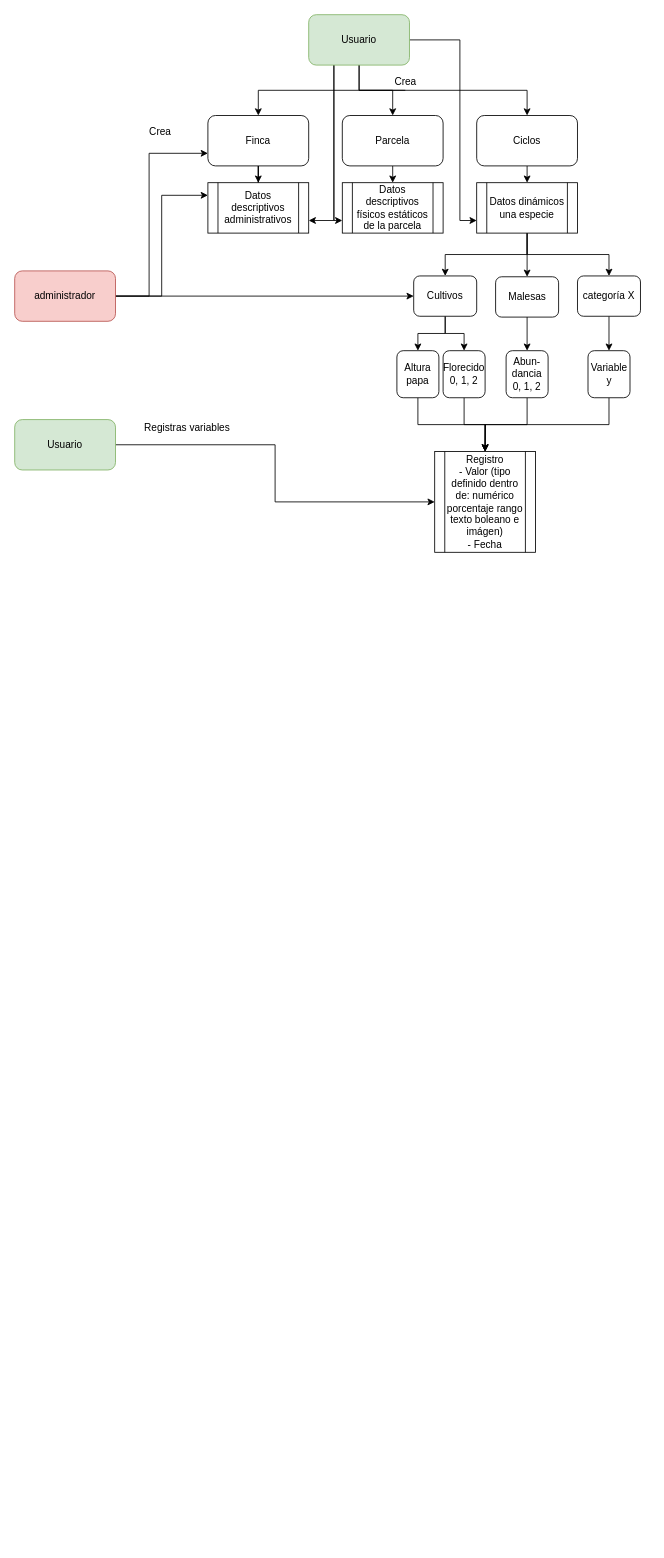
stdupas/app.agromaker keeps this draw.io diagram as app.agromaker.drawio. Above is the earlier version. Source tidied: cells renumbered, new cells numbered last; positions are measured from the earlier drawing's top-left corner, leaving out a move shared by most shapes. Both pictures are drawn from the tidied source at 84%, with x=0, y=0 at pixel (14, 14).
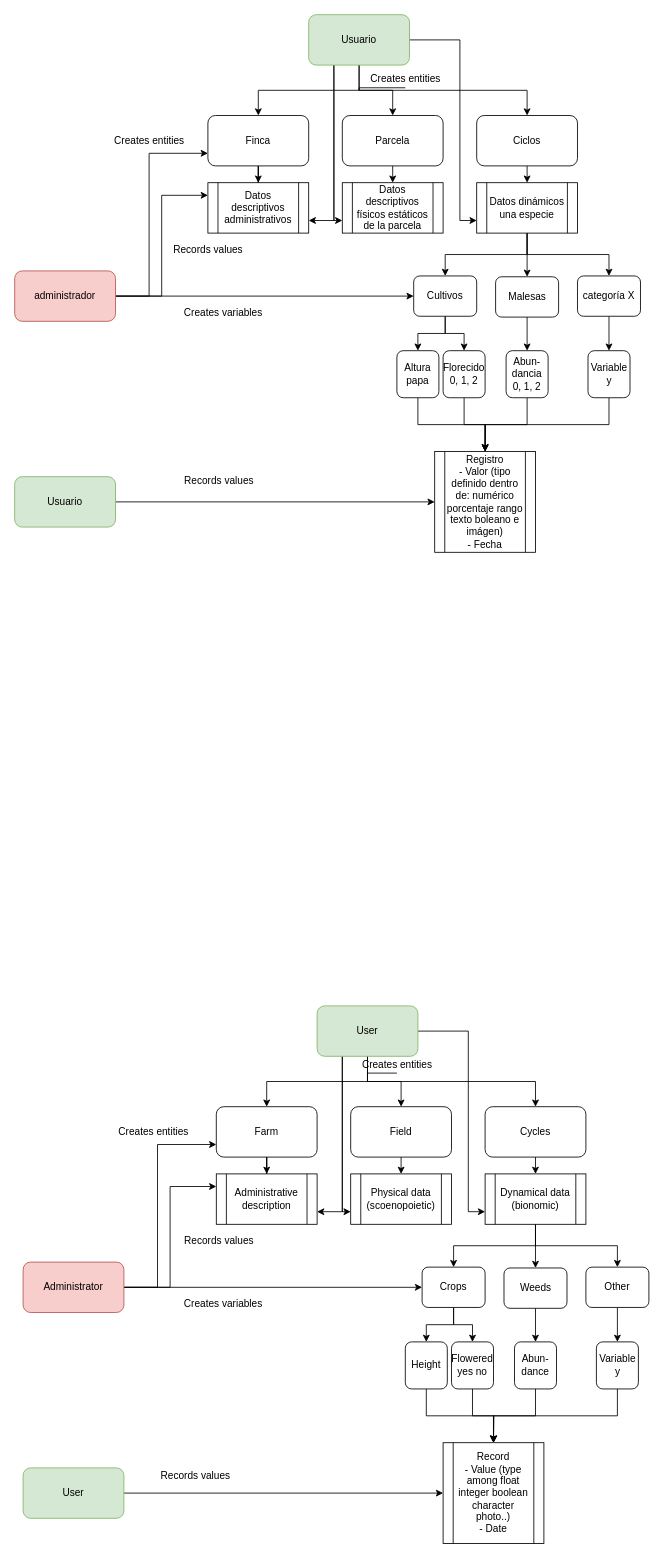
The same diagram, later.

The edit, as a diff of the source:
```diff
@@
-    <mxCell id="25" value="Crea" style="text;html=1;align=center;verticalAlign=middle;" parent="1" vertex="1">
-      <mxGeometry x="153" y="130" width="40" height="20" as="geometry" />
+    <mxCell id="25" value="Creates entities" style="text;html=1;align=center;verticalAlign=middle;" parent="1" vertex="1">
+      <mxGeometry x="110" y="140" width="100" height="20" as="geometry" />
     </mxCell>
@@
     <mxCell id="27" value="Usuario" style="rounded=1;whiteSpace=wrap;html=1;fillColor=#d5e8d4;strokeColor=#82b366;" parent="1" vertex="1">
-      <mxGeometry y="482" width="120" height="60" as="geometry" />
+      <mxGeometry y="550" width="120" height="60" as="geometry" />
     </mxCell>
-    <mxCell id="28" value="Registras variables" style="text;html=1;align=center;verticalAlign=middle;" parent="1" vertex="1">
-      <mxGeometry x="145" y="482" width="120" height="20" as="geometry" />
-    </mxCell>
-    <mxCell id="29" value="Crea" style="text;html=1;align=center;verticalAlign=middle;points=[];" parent="1" vertex="1">
-      <mxGeometry x="445" y="70" width="40" height="20" as="geometry" />
+    <mxCell id="29" value="Creates entities" style="text;html=1;align=center;verticalAlign=middle;points=[];" parent="1" vertex="1">
+      <mxGeometry x="415" y="67" width="100" height="20" as="geometry" />
     </mxCell>
@@
+    <mxCell id="46" style="edgeStyle=orthogonalEdgeStyle;rounded=0;jettySize=auto;html=1;exitX=0.5;exitY=1;exitDx=0;exitDy=0;" parent="1" edge="1" source="47" target="50">
+      <mxGeometry relative="1" as="geometry" />
+    </mxCell>
+    <mxCell id="47" value="Farm" style="rounded=1;whiteSpace=wrap;html=1;" parent="1" vertex="1">
+      <mxGeometry x="240" y="1300" width="120" height="60" as="geometry" />
+    </mxCell>
+    <mxCell id="48" style="edgeStyle=orthogonalEdgeStyle;rounded=0;jettySize=auto;html=1;exitX=0.5;exitY=1;exitDx=0;exitDy=0;entryX=0.5;entryY=0;entryDx=0;entryDy=0;" parent="1" edge="1" source="49" target="51">
+      <mxGeometry relative="1" as="geometry" />
+    </mxCell>
+    <mxCell id="49" value="Field" style="rounded=1;whiteSpace=wrap;html=1;" parent="1" vertex="1">
+      <mxGeometry x="400" y="1300" width="120" height="60" as="geometry" />
+    </mxCell>
+    <mxCell id="50" value="Administrative description" style="shape=process;whiteSpace=wrap;html=1;backgroundOutline=1;" parent="1" vertex="1">
+      <mxGeometry x="240" y="1380" width="120" height="60" as="geometry" />
+    </mxCell>
+    <mxCell id="51" value="Physical data (scoenopoietic)" style="shape=process;whiteSpace=wrap;html=1;backgroundOutline=1;" parent="1" vertex="1">
+      <mxGeometry x="400" y="1380" width="120" height="60" as="geometry" />
+    </mxCell>
+    <mxCell id="52" style="edgeStyle=orthogonalEdgeStyle;rounded=0;jettySize=auto;html=1;exitX=0.5;exitY=1;exitDx=0;exitDy=0;entryX=0.5;entryY=0;entryDx=0;entryDy=0;" parent="1" edge="1" source="53" target="57">
+      <mxGeometry relative="1" as="geometry" />
+    </mxCell>
+    <mxCell id="53" value="Cycles" style="rounded=1;whiteSpace=wrap;html=1;" parent="1" vertex="1">
+      <mxGeometry x="560" y="1300" width="120" height="60" as="geometry" />
+    </mxCell>
+    <mxCell id="54" style="edgeStyle=orthogonalEdgeStyle;rounded=0;jettySize=auto;html=1;exitX=0.5;exitY=1;exitDx=0;exitDy=0;entryX=0.5;entryY=0;entryDx=0;entryDy=0;" parent="1" edge="1" source="57" target="76">
+      <mxGeometry relative="1" as="geometry" />
+    </mxCell>
+    <mxCell id="55" style="edgeStyle=orthogonalEdgeStyle;rounded=0;jettySize=auto;html=1;exitX=0.5;exitY=1;exitDx=0;exitDy=0;entryX=0.5;entryY=0;entryDx=0;entryDy=0;" parent="1" edge="1" source="57" target="87">
+      <mxGeometry relative="1" as="geometry" />
+    </mxCell>
+    <mxCell id="56" style="edgeStyle=orthogonalEdgeStyle;rounded=0;jettySize=auto;html=1;entryX=0.5;entryY=0;entryDx=0;entryDy=0;" parent="1" edge="1" source="57" target="85">
+      <mxGeometry relative="1" as="geometry" />
+    </mxCell>
+    <mxCell id="57" value="Dynamical data (bionomic)" style="shape=process;whiteSpace=wrap;html=1;backgroundOutline=1;" parent="1" vertex="1">
+      <mxGeometry x="560" y="1380" width="120" height="60" as="geometry" />
+    </mxCell>
+    <mxCell id="58" style="edgeStyle=orthogonalEdgeStyle;rounded=0;jettySize=auto;html=1;exitX=0.5;exitY=1;exitDx=0;exitDy=0;" parent="1" edge="1" source="64" target="47">
+      <mxGeometry relative="1" as="geometry" />
+    </mxCell>
+    <mxCell id="59" style="edgeStyle=orthogonalEdgeStyle;rounded=0;jettySize=auto;html=1;exitX=0.5;exitY=1;exitDx=0;exitDy=0;entryX=0.5;entryY=0;entryDx=0;entryDy=0;" parent="1" edge="1" source="73" target="53">
+      <mxGeometry relative="1" as="geometry">
+        <Array as="points">
+          <mxPoint x="420" y="1270" />
+          <mxPoint x="620" y="1270" />
+        </Array>
+      </mxGeometry>
+    </mxCell>
+    <mxCell id="60" style="edgeStyle=orthogonalEdgeStyle;rounded=0;jettySize=auto;html=1;exitX=0.5;exitY=1;exitDx=0;exitDy=0;" parent="1" edge="1" source="64" target="49">
+      <mxGeometry relative="1" as="geometry" />
+    </mxCell>
+    <mxCell id="61" style="edgeStyle=orthogonalEdgeStyle;rounded=0;jettySize=auto;html=1;exitX=0.25;exitY=1;exitDx=0;exitDy=0;entryX=1;entryY=0.75;entryDx=0;entryDy=0;" parent="1" edge="1" source="64" target="50">
+      <mxGeometry relative="1" as="geometry" />
+    </mxCell>
+    <mxCell id="62" style="edgeStyle=orthogonalEdgeStyle;rounded=0;jettySize=auto;html=1;exitX=0.25;exitY=1;exitDx=0;exitDy=0;entryX=0;entryY=0.75;entryDx=0;entryDy=0;" parent="1" edge="1" source="64" target="51">
+      <mxGeometry relative="1" as="geometry">
+        <Array as="points">
+          <mxPoint x="390" y="1425" />
+        </Array>
+      </mxGeometry>
+    </mxCell>
+    <mxCell id="63" style="edgeStyle=orthogonalEdgeStyle;rounded=0;jettySize=auto;html=1;exitX=1;exitY=0.5;exitDx=0;exitDy=0;entryX=0;entryY=0.75;entryDx=0;entryDy=0;" parent="1" edge="1" source="64" target="57">
+      <mxGeometry relative="1" as="geometry">
+        <Array as="points">
+          <mxPoint x="540" y="1210" />
+          <mxPoint x="540" y="1425" />
+        </Array>
+      </mxGeometry>
+    </mxCell>
+    <mxCell id="64" value="User" style="rounded=1;whiteSpace=wrap;html=1;fillColor=#d5e8d4;strokeColor=#82b366;" parent="1" vertex="1">
+      <mxGeometry x="360" y="1180" width="120" height="60" as="geometry" />
+    </mxCell>
+    <mxCell id="65" style="edgeStyle=orthogonalEdgeStyle;rounded=0;jettySize=auto;html=1;exitX=1;exitY=0.5;exitDx=0;exitDy=0;entryX=0;entryY=0.75;entryDx=0;entryDy=0;" parent="1" edge="1" source="68" target="47">
+      <mxGeometry relative="1" as="geometry">
+        <Array as="points">
+          <mxPoint x="170" y="1515" />
+          <mxPoint x="170" y="1345" />
+        </Array>
+      </mxGeometry>
+    </mxCell>
+    <mxCell id="66" style="edgeStyle=orthogonalEdgeStyle;rounded=0;jettySize=auto;html=1;exitX=1;exitY=0.5;exitDx=0;exitDy=0;entryX=0;entryY=0.5;entryDx=0;entryDy=0;" parent="1" edge="1" source="68" target="76">
+      <mxGeometry relative="1" as="geometry" />
+    </mxCell>
+    <mxCell id="67" style="edgeStyle=orthogonalEdgeStyle;rounded=0;jettySize=auto;html=1;entryX=0;entryY=0.25;entryDx=0;entryDy=0;" parent="1" edge="1" source="68" target="50">
+      <mxGeometry relative="1" as="geometry" />
+    </mxCell>
+    <mxCell id="68" value="Administrator" style="rounded=1;whiteSpace=wrap;html=1;fillColor=#f8cecc;strokeColor=#b85450;" parent="1" vertex="1">
+      <mxGeometry x="10" y="1485" width="120" height="60" as="geometry" />
+    </mxCell>
+    <mxCell id="69" value="Creates variables" style="text;html=1;align=center;verticalAlign=middle;" parent="1" vertex="1">
+      <mxGeometry x="193" y="1525" width="110" height="20" as="geometry" />
+    </mxCell>
+    <mxCell id="70" style="edgeStyle=orthogonalEdgeStyle;rounded=0;jettySize=auto;html=1;exitX=1;exitY=0.5;exitDx=0;exitDy=0;entryX=0;entryY=0.5;entryDx=0;entryDy=0;" parent="1" edge="1" source="71" target="79">
+      <mxGeometry relative="1" as="geometry" />
+    </mxCell>
+    <mxCell id="71" value="User" style="rounded=1;whiteSpace=wrap;html=1;fillColor=#d5e8d4;strokeColor=#82b366;" parent="1" vertex="1">
+      <mxGeometry x="10" y="1730" width="120" height="60" as="geometry" />
+    </mxCell>
+    <mxCell id="72" value="Records values" style="text;html=1;align=center;verticalAlign=middle;" parent="1" vertex="1">
+      <mxGeometry x="165" y="1730" width="100" height="20" as="geometry" />
+    </mxCell>
+    <mxCell id="73" value="Creates entities" style="text;html=1;align=center;verticalAlign=middle;points=[];" parent="1" vertex="1">
+      <mxGeometry x="405" y="1240" width="100" height="20" as="geometry" />
+    </mxCell>
+    <mxCell id="74" style="edgeStyle=orthogonalEdgeStyle;rounded=0;jettySize=auto;html=1;exitX=0.5;exitY=1;exitDx=0;exitDy=0;entryX=0;entryY=0.5;entryDx=0;entryDy=0;" parent="1" edge="1" source="76" target="78">
+      <mxGeometry relative="1" as="geometry" />
+    </mxCell>
+    <mxCell id="75" style="edgeStyle=orthogonalEdgeStyle;rounded=0;jettySize=auto;html=1;exitX=0.5;exitY=1;exitDx=0;exitDy=0;" parent="1" edge="1" source="76" target="83">
+      <mxGeometry relative="1" as="geometry" />
+    </mxCell>
+    <mxCell id="76" value="Crops" style="rounded=1;whiteSpace=wrap;html=1;" parent="1" vertex="1">
+      <mxGeometry x="485" y="1491" width="75" height="48" as="geometry" />
+    </mxCell>
+    <mxCell id="77" style="edgeStyle=orthogonalEdgeStyle;rounded=0;jettySize=auto;html=1;exitX=1;exitY=0.5;exitDx=0;exitDy=0;" parent="1" edge="1" source="78" target="79">
+      <mxGeometry relative="1" as="geometry" />
+    </mxCell>
+    <mxCell id="78" value="Height" style="rounded=1;whiteSpace=wrap;html=1;direction=south;" parent="1" vertex="1">
+      <mxGeometry x="465" y="1580" width="50" height="56" as="geometry" />
+    </mxCell>
+    <mxCell id="79" value="&lt;div&gt;Record&lt;br&gt;&lt;/div&gt;&lt;div&gt;- Value (type among float integer boolean character photo..)&lt;/div&gt;&lt;div&gt;- Date&lt;br&gt;&lt;/div&gt;" style="shape=process;whiteSpace=wrap;html=1;backgroundOutline=1;" parent="1" vertex="1">
+      <mxGeometry x="510" y="1700" width="120" height="120" as="geometry" />
+    </mxCell>
+    <mxCell id="80" style="edgeStyle=orthogonalEdgeStyle;rounded=0;jettySize=auto;html=1;exitX=1;exitY=0.5;exitDx=0;exitDy=0;" parent="1" edge="1" source="81" target="79">
+      <mxGeometry relative="1" as="geometry" />
+    </mxCell>
+    <mxCell id="81" value="Abun-dance" style="rounded=1;whiteSpace=wrap;html=1;direction=south;" parent="1" vertex="1">
+      <mxGeometry x="595" y="1580" width="50" height="56" as="geometry" />
+    </mxCell>
+    <mxCell id="82" style="edgeStyle=orthogonalEdgeStyle;rounded=0;jettySize=auto;html=1;exitX=1;exitY=0.5;exitDx=0;exitDy=0;" parent="1" edge="1" source="83">
+      <mxGeometry relative="1" as="geometry">
+        <mxPoint x="570" y="1700" as="targetPoint" />
+      </mxGeometry>
+    </mxCell>
+    <mxCell id="83" value="Flowered yes no" style="rounded=1;whiteSpace=wrap;html=1;direction=south;" parent="1" vertex="1">
+      <mxGeometry x="520" y="1580" width="50" height="56" as="geometry" />
+    </mxCell>
+    <mxCell id="84" style="edgeStyle=orthogonalEdgeStyle;rounded=0;jettySize=auto;html=1;exitX=0.5;exitY=1;exitDx=0;exitDy=0;entryX=0;entryY=0.5;entryDx=0;entryDy=0;" parent="1" edge="1" source="85" target="81">
+      <mxGeometry relative="1" as="geometry" />
+    </mxCell>
+    <mxCell id="85" value="Weeds" style="rounded=1;whiteSpace=wrap;html=1;" parent="1" vertex="1">
+      <mxGeometry x="582.5" y="1492" width="75" height="48" as="geometry" />
+    </mxCell>
+    <mxCell id="86" style="edgeStyle=orthogonalEdgeStyle;rounded=0;jettySize=auto;html=1;exitX=0.5;exitY=1;exitDx=0;exitDy=0;entryX=0;entryY=0.5;entryDx=0;entryDy=0;" parent="1" edge="1" source="87" target="89">
+      <mxGeometry relative="1" as="geometry" />
+    </mxCell>
+    <mxCell id="87" value="Other" style="rounded=1;whiteSpace=wrap;html=1;" parent="1" vertex="1">
+      <mxGeometry x="680" y="1491" width="75" height="48" as="geometry" />
+    </mxCell>
+    <mxCell id="88" style="edgeStyle=orthogonalEdgeStyle;rounded=0;jettySize=auto;html=1;exitX=1;exitY=0.5;exitDx=0;exitDy=0;" parent="1" edge="1" source="89" target="79">
+      <mxGeometry relative="1" as="geometry" />
+    </mxCell>
+    <mxCell id="89" value="Variable y" style="rounded=1;whiteSpace=wrap;html=1;direction=south;" parent="1" vertex="1">
+      <mxGeometry x="692.5" y="1580" width="50" height="56" as="geometry" />
+    </mxCell>
+    <mxCell id="90" value="Records values" style="text;html=1;align=center;verticalAlign=middle;" parent="1" vertex="1">
+      <mxGeometry x="193" y="1450" width="100" height="20" as="geometry" />
+    </mxCell>
+    <mxCell id="91" value="Records values" style="text;html=1;align=center;verticalAlign=middle;" parent="1" vertex="1">
+      <mxGeometry x="193" y="545" width="100" height="20" as="geometry" />
+    </mxCell>
+    <mxCell id="92" value="Creates variables" style="text;html=1;align=center;verticalAlign=middle;" parent="1" vertex="1">
+      <mxGeometry x="193" y="345" width="110" height="20" as="geometry" />
+    </mxCell>
+    <mxCell id="93" value="Records values" style="text;html=1;align=center;verticalAlign=middle;" parent="1" vertex="1">
+      <mxGeometry x="180" y="270" width="100" height="20" as="geometry" />
+    </mxCell>
+    <mxCell id="94" value="Creates entities" style="text;html=1;align=center;verticalAlign=middle;" parent="1" vertex="1">
+      <mxGeometry x="115" y="1320" width="100" height="20" as="geometry" />
+    </mxCell>
```
